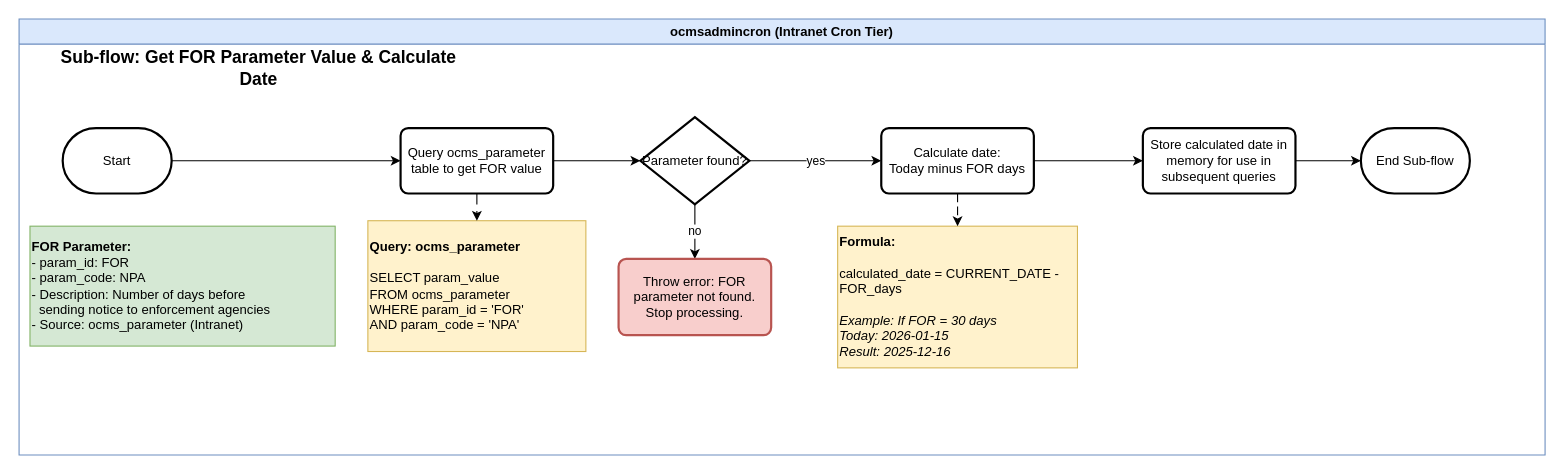
Above: page "2_Get_FOR_Parameter" (2 of 10) of OCMS 14/Section 2/OCMS14-Technical_Flowchart_Section_2.drawio in rafifmgg/techdoc (draw.io), before the change. Source tidied: cells renumbered, new cells numbered last; positions are measured from the earlier drawing's top-left corner, leaving out a move shared by most shapes. Both pictures are drawn from the tidied source at 109%, with x=0, y=0 at pixel (19, 19).
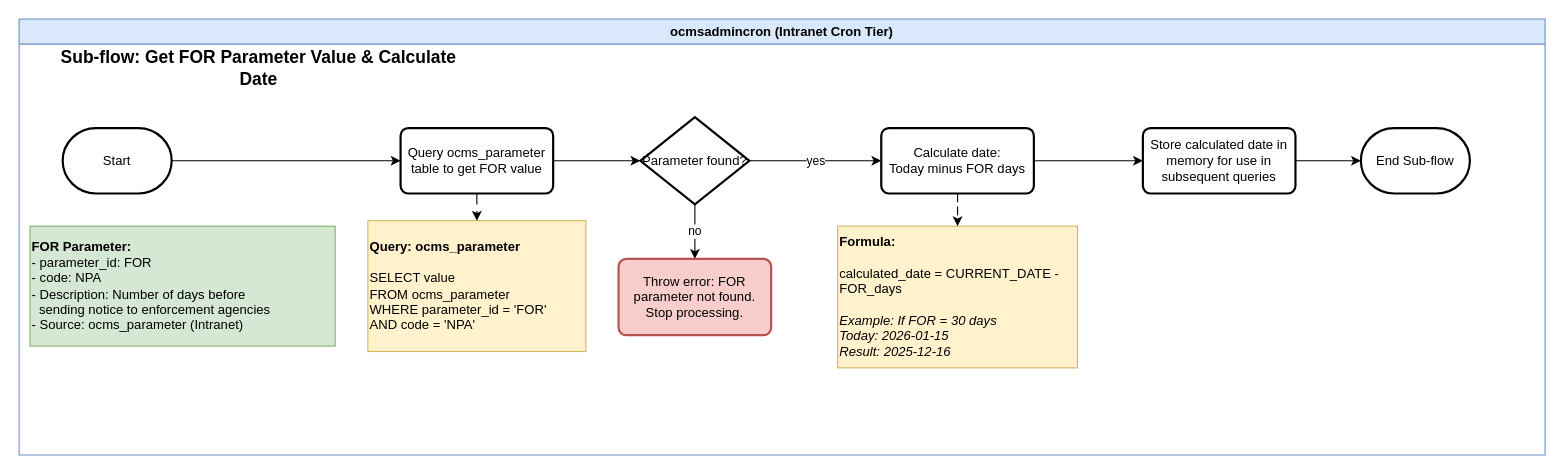
Above is the later version.

The change refers to these unchanged cells:
```xml
<mxCell id="2" value="ocmsadmincron (Intranet Cron Tier)" style="swimlane;whiteSpace=wrap;html=1;fillColor=#dae8fc;strokeColor=#6c8ebf;" parent="1" vertex="1">
  <mxGeometry width="1400" height="400" as="geometry" />
</mxCell>
```

Change to the diagram source:
```diff
@@
-    <mxCell id="7" value="&lt;b&gt;Query: ocms_parameter&lt;/b&gt;&lt;div&gt;&lt;br&gt;&lt;/div&gt;&lt;div&gt;SELECT param_value&lt;/div&gt;&lt;div&gt;FROM ocms_parameter&lt;/div&gt;&lt;div&gt;WHERE param_id = 'FOR'&lt;/div&gt;&lt;div&gt;AND param_code = 'NPA'&lt;/div&gt;" style="text;html=1;whiteSpace=wrap;strokeColor=#d6b656;fillColor=#fff2cc;align=left;verticalAlign=middle;rounded=0;" parent="2" vertex="1">
+    <mxCell id="7" value="&lt;b&gt;Query: ocms_parameter&lt;/b&gt;&lt;div&gt;&lt;br&gt;&lt;/div&gt;&lt;div&gt;SELECT value&lt;/div&gt;&lt;div&gt;FROM ocms_parameter&lt;/div&gt;&lt;div&gt;WHERE parameter_id = 'FOR'&lt;/div&gt;&lt;div&gt;AND code = 'NPA'&lt;/div&gt;" style="text;html=1;whiteSpace=wrap;strokeColor=#d6b656;fillColor=#fff2cc;align=left;verticalAlign=middle;rounded=0;" parent="2" vertex="1">
       <mxGeometry x="320" y="185" width="200" height="120" as="geometry" />
     </mxCell>
@@
-    <mxCell id="21" value="&lt;b&gt;FOR Parameter:&lt;/b&gt;&lt;div&gt;- param_id: FOR&lt;/div&gt;&lt;div&gt;- param_code: NPA&lt;/div&gt;&lt;div&gt;- Description: Number of days before&lt;/div&gt;&lt;div&gt;&amp;nbsp; sending notice to enforcement agencies&lt;/div&gt;&lt;div&gt;- Source: ocms_parameter (Intranet)&lt;/div&gt;" style="rounded=0;whiteSpace=wrap;html=1;align=left;strokeColor=#82b366;fillColor=#d5e8d4;" parent="2" vertex="1">
+    <mxCell id="21" value="&lt;b&gt;FOR Parameter:&lt;/b&gt;&lt;div&gt;- parameter_id: FOR&lt;/div&gt;&lt;div&gt;- code: NPA&lt;/div&gt;&lt;div&gt;- Description: Number of days before&lt;/div&gt;&lt;div&gt;&amp;nbsp; sending notice to enforcement agencies&lt;/div&gt;&lt;div&gt;- Source: ocms_parameter (Intranet)&lt;/div&gt;" style="rounded=0;whiteSpace=wrap;html=1;align=left;strokeColor=#82b366;fillColor=#d5e8d4;" parent="2" vertex="1">
       <mxGeometry x="10" y="190" width="280" height="110" as="geometry" />
     </mxCell>
```
